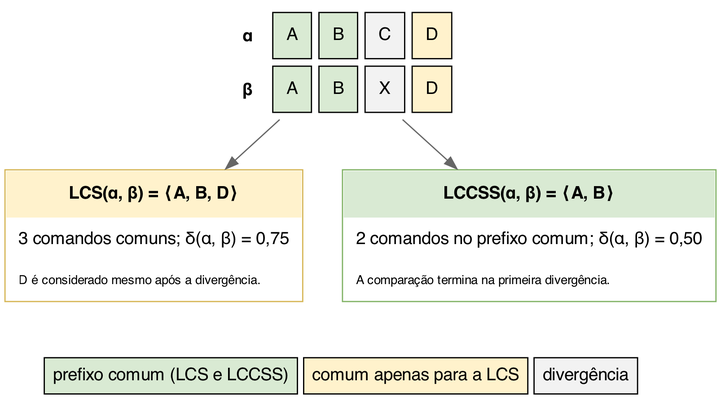
The Graphviz diagram figures/lccss-lcs-comparison.png in lucasPereira/qualification, before a commit. Its source is kept beside it as figures/lccss-lcs-comparison.dot. The source it was exported from:
```dot
digraph LccssLcsComparison {
	graph [
		bgcolor="white",
		fontname="Helvetica",
		nodesep=0.45,
		ranksep=0.55
	];
	node [fontname="Helvetica", shape=plain];
	edge [color="#666666", fontname="Helvetica"];

	sequences [label=<
		<TABLE BORDER="0" CELLBORDER="1" CELLSPACING="6" CELLPADDING="10">
			<TR>
				<TD BORDER="0" ALIGN="RIGHT"><B>α</B></TD>
				<TD BGCOLOR="#D9EAD3">A</TD>
				<TD BGCOLOR="#D9EAD3">B</TD>
				<TD BGCOLOR="#F2F2F2">C</TD>
				<TD BGCOLOR="#FFF2CC">D</TD>
			</TR>
			<TR>
				<TD BORDER="0" ALIGN="RIGHT"><B>β</B></TD>
				<TD BGCOLOR="#D9EAD3">A</TD>
				<TD BGCOLOR="#D9EAD3">B</TD>
				<TD BGCOLOR="#F2F2F2">X</TD>
				<TD BGCOLOR="#FFF2CC">D</TD>
			</TR>
		</TABLE>
	>];

	lcs [label=<
		<TABLE BORDER="1" COLOR="#D6B656" CELLBORDER="0" CELLSPACING="0" CELLPADDING="10">
			<TR><TD BGCOLOR="#FFF2CC"><B>LCS(α, β) = ⟨A, B, D⟩</B></TD></TR>
			<TR><TD ALIGN="LEFT">3 comandos comuns; δ(α, β) = 0,75</TD></TR>
			<TR><TD ALIGN="LEFT"><FONT POINT-SIZE="10">D é considerado mesmo após a divergência.</FONT></TD></TR>
		</TABLE>
	>];

	lccss [label=<
		<TABLE BORDER="1" COLOR="#82B366" CELLBORDER="0" CELLSPACING="0" CELLPADDING="10">
			<TR><TD BGCOLOR="#D9EAD3"><B>LCCSS(α, β) = ⟨A, B⟩</B></TD></TR>
			<TR><TD ALIGN="LEFT">2 comandos no prefixo comum; δ(α, β) = 0,50</TD></TR>
			<TR><TD ALIGN="LEFT"><FONT POINT-SIZE="10">A comparação termina na primeira divergência.</FONT></TD></TR>
		</TABLE>
	>];

	legend [label=<
		<TABLE BORDER="0" CELLBORDER="1" CELLSPACING="5" CELLPADDING="6">
			<TR>
				<TD BGCOLOR="#D9EAD3">prefixo comum (LCS e LCCSS)</TD>
				<TD BGCOLOR="#FFF2CC">comum apenas para a LCS</TD>
				<TD BGCOLOR="#F2F2F2">divergência</TD>
			</TR>
		</TABLE>
	>];

	sequences -> lcs;
	sequences -> lccss;
	{ rank=same; lcs; lccss; }
	lcs -> legend [style=invis];
	lccss -> legend [style=invis];
}
```
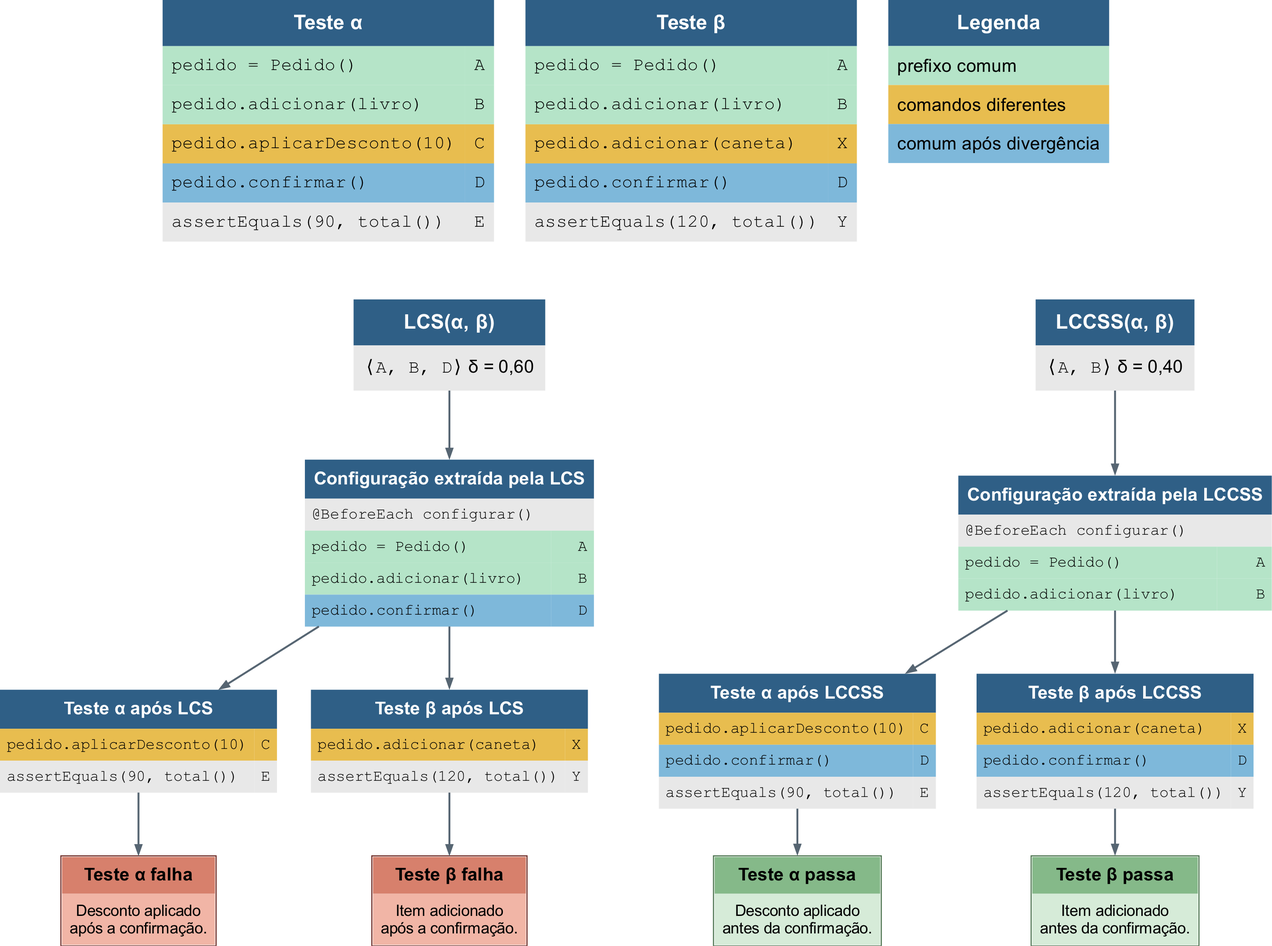
Above is the later version.

Commit message:
Redraw the LCS and LCCSS comparison and drop the implicit-setup figure

Change to the diagram source:
```diff
@@ -1,61 +1,253 @@
 digraph LccssLcsComparison {
-	graph [
-		bgcolor="white",
-		fontname="Helvetica",
-		nodesep=0.45,
-		ranksep=0.55
-	];
-	node [fontname="Helvetica", shape=plain];
-	edge [color="#666666", fontname="Helvetica"];
+    graph [
+        rankdir=TB,
+        bgcolor="white",
+        pad="0",
+        margin="0",
+        nodesep="0.42",
+        ranksep="0.58",
+        splines=line,
+        newrank=true,
+        labelloc=t,
+        labeljust=c,
+        label=<
+            <TABLE BORDER="0" CELLBORDER="0" CELLSPACING="28" CELLPADDING="0">
+                <TR>
+                    <TD VALIGN="TOP">
+                        <TABLE BORDER="0" CELLBORDER="0" CELLSPACING="0">
+                            <TR><TD COLSPAN="2" BGCOLOR="#2F5F86" ALIGN="CENTER" CELLPADDING="10"><FONT COLOR="#FFFFFF" FACE="Arial" POINT-SIZE="18"><B>Teste α</B></FONT></TD></TR>
+                            <TR><TD BGCOLOR="#B5E4C8" ALIGN="LEFT" CELLPADDING="8"><FONT FACE="Courier New" POINT-SIZE="16">pedido = Pedido()</FONT></TD><TD BGCOLOR="#B5E4C8" ALIGN="RIGHT" CELLPADDING="8"><FONT FACE="Courier New" POINT-SIZE="16">A</FONT></TD></TR>
+                            <TR><TD BGCOLOR="#B5E4C8" ALIGN="LEFT" CELLPADDING="8"><FONT FACE="Courier New" POINT-SIZE="16">pedido.adicionar(livro)</FONT></TD><TD BGCOLOR="#B5E4C8" ALIGN="RIGHT" CELLPADDING="8"><FONT FACE="Courier New" POINT-SIZE="16">B</FONT></TD></TR>
+                            <TR><TD BGCOLOR="#E8BD4F" ALIGN="LEFT" CELLPADDING="8"><FONT FACE="Courier New" POINT-SIZE="16">pedido.aplicarDesconto(10)</FONT></TD><TD BGCOLOR="#E8BD4F" ALIGN="RIGHT" CELLPADDING="8"><FONT FACE="Courier New" POINT-SIZE="16">C</FONT></TD></TR>
+                            <TR><TD BGCOLOR="#7EB8DA" ALIGN="LEFT" CELLPADDING="8"><FONT FACE="Courier New" POINT-SIZE="16">pedido.confirmar()</FONT></TD><TD BGCOLOR="#7EB8DA" ALIGN="RIGHT" CELLPADDING="8"><FONT FACE="Courier New" POINT-SIZE="16">D</FONT></TD></TR>
+                            <TR><TD BGCOLOR="#E8E8E8" ALIGN="LEFT" CELLPADDING="8"><FONT FACE="Courier New" POINT-SIZE="16">assertEquals(90, total())</FONT></TD><TD BGCOLOR="#E8E8E8" ALIGN="RIGHT" CELLPADDING="8"><FONT FACE="Courier New" POINT-SIZE="16">E</FONT></TD></TR>
+                        </TABLE>
+                    </TD>
+                    <TD VALIGN="TOP">
+                        <TABLE BORDER="0" CELLBORDER="0" CELLSPACING="0">
+                            <TR><TD COLSPAN="2" BGCOLOR="#2F5F86" ALIGN="CENTER" CELLPADDING="10"><FONT COLOR="#FFFFFF" FACE="Arial" POINT-SIZE="18"><B>Teste β</B></FONT></TD></TR>
+                            <TR><TD BGCOLOR="#B5E4C8" ALIGN="LEFT" CELLPADDING="8"><FONT FACE="Courier New" POINT-SIZE="16">pedido = Pedido()</FONT></TD><TD BGCOLOR="#B5E4C8" ALIGN="RIGHT" CELLPADDING="8"><FONT FACE="Courier New" POINT-SIZE="16">A</FONT></TD></TR>
+                            <TR><TD BGCOLOR="#B5E4C8" ALIGN="LEFT" CELLPADDING="8"><FONT FACE="Courier New" POINT-SIZE="16">pedido.adicionar(livro)</FONT></TD><TD BGCOLOR="#B5E4C8" ALIGN="RIGHT" CELLPADDING="8"><FONT FACE="Courier New" POINT-SIZE="16">B</FONT></TD></TR>
+                            <TR><TD BGCOLOR="#E8BD4F" ALIGN="LEFT" CELLPADDING="8"><FONT FACE="Courier New" POINT-SIZE="16">pedido.adicionar(caneta)</FONT></TD><TD BGCOLOR="#E8BD4F" ALIGN="RIGHT" CELLPADDING="8"><FONT FACE="Courier New" POINT-SIZE="16">X</FONT></TD></TR>
+                            <TR><TD BGCOLOR="#7EB8DA" ALIGN="LEFT" CELLPADDING="8"><FONT FACE="Courier New" POINT-SIZE="16">pedido.confirmar()</FONT></TD><TD BGCOLOR="#7EB8DA" ALIGN="RIGHT" CELLPADDING="8"><FONT FACE="Courier New" POINT-SIZE="16">D</FONT></TD></TR>
+                            <TR><TD BGCOLOR="#E8E8E8" ALIGN="LEFT" CELLPADDING="8"><FONT FACE="Courier New" POINT-SIZE="16">assertEquals(120, total())</FONT></TD><TD BGCOLOR="#E8E8E8" ALIGN="RIGHT" CELLPADDING="8"><FONT FACE="Courier New" POINT-SIZE="16">Y</FONT></TD></TR>
+                        </TABLE>
+                    </TD>
+                    <TD VALIGN="TOP">
+                        <TABLE BORDER="0" CELLBORDER="0" CELLSPACING="0" CELLPADDING="0">
+                            <TR>
+                                <TD>
+                                    <TABLE BORDER="0" CELLBORDER="0" CELLSPACING="0">
+                                        <TR><TD BGCOLOR="#2F5F86" ALIGN="CENTER" CELLPADDING="10"><FONT COLOR="#FFFFFF" FACE="Arial" POINT-SIZE="18"><B>Legenda</B></FONT></TD></TR>
+                                        <TR><TD BGCOLOR="#B5E4C8" ALIGN="LEFT" CELLPADDING="8"><FONT FACE="Arial" POINT-SIZE="16">prefixo comum</FONT></TD></TR>
+                                        <TR><TD BGCOLOR="#E8BD4F" ALIGN="LEFT" CELLPADDING="8"><FONT FACE="Arial" POINT-SIZE="16">comandos diferentes</FONT></TD></TR>
+                                        <TR><TD BGCOLOR="#7EB8DA" ALIGN="LEFT" CELLPADDING="8"><FONT FACE="Arial" POINT-SIZE="16">comum após divergência</FONT></TD></TR>
+                                    </TABLE>
+                                </TD>
+                            </TR>
+                            <TR><TD HEIGHT="70"></TD></TR>
+                        </TABLE>
+                    </TD>
+                </TR>
+            </TABLE>
+        >
+    ];
+    node [
+        shape=plain,
+        fontname="Arial",
+        fontsize=16
+    ];
+    edge [
+        color="#566572",
+        penwidth=1.7,
+        arrowsize=0.75
+    ];
 
-	sequences [label=<
-		<TABLE BORDER="0" CELLBORDER="1" CELLSPACING="6" CELLPADDING="10">
-			<TR>
-				<TD BORDER="0" ALIGN="RIGHT"><B>α</B></TD>
-				<TD BGCOLOR="#D9EAD3">A</TD>
-				<TD BGCOLOR="#D9EAD3">B</TD>
-				<TD BGCOLOR="#F2F2F2">C</TD>
-				<TD BGCOLOR="#FFF2CC">D</TD>
-			</TR>
-			<TR>
-				<TD BORDER="0" ALIGN="RIGHT"><B>β</B></TD>
-				<TD BGCOLOR="#D9EAD3">A</TD>
-				<TD BGCOLOR="#D9EAD3">B</TD>
-				<TD BGCOLOR="#F2F2F2">X</TD>
-				<TD BGCOLOR="#FFF2CC">D</TD>
-			</TR>
-		</TABLE>
-	>];
+    lcs [group=lcs_spine, label=<
+        <TABLE BORDER="0" CELLBORDER="0" CELLSPACING="0">
+            <TR><TD BGCOLOR="#2F5F86" ALIGN="CENTER" CELLPADDING="10"><FONT COLOR="#FFFFFF" FACE="Arial" POINT-SIZE="18"><B>LCS(α, β)</B></FONT></TD></TR>
+            <TR><TD BGCOLOR="#E8E8E8" ALIGN="CENTER" CELLPADDING="10"><FONT FACE="Courier New" POINT-SIZE="16">⟨A, B, D⟩</FONT> <FONT FACE="Arial" POINT-SIZE="16">δ = 0,60</FONT></TD></TR>
+        </TABLE>
+    >];
 
-	lcs [label=<
-		<TABLE BORDER="1" COLOR="#D6B656" CELLBORDER="0" CELLSPACING="0" CELLPADDING="10">
-			<TR><TD BGCOLOR="#FFF2CC"><B>LCS(α, β) = ⟨A, B, D⟩</B></TD></TR>
-			<TR><TD ALIGN="LEFT">3 comandos comuns; δ(α, β) = 0,75</TD></TR>
-			<TR><TD ALIGN="LEFT"><FONT POINT-SIZE="10">D é considerado mesmo após a divergência.</FONT></TD></TR>
-		</TABLE>
-	>];
+    lccss [group=lccss_spine, label=<
+        <TABLE BORDER="0" CELLBORDER="0" CELLSPACING="0">
+            <TR><TD BGCOLOR="#2F5F86" ALIGN="CENTER" CELLPADDING="10"><FONT COLOR="#FFFFFF" FACE="Arial" POINT-SIZE="18"><B>LCCSS(α, β)</B></FONT></TD></TR>
+            <TR><TD BGCOLOR="#E8E8E8" ALIGN="CENTER" CELLPADDING="10"><FONT FACE="Courier New" POINT-SIZE="16">⟨A, B⟩</FONT> <FONT FACE="Arial" POINT-SIZE="16">δ = 0,40</FONT></TD></TR>
+        </TABLE>
+    >];
 
-	lccss [label=<
-		<TABLE BORDER="1" COLOR="#82B366" CELLBORDER="0" CELLSPACING="0" CELLPADDING="10">
-			<TR><TD BGCOLOR="#D9EAD3"><B>LCCSS(α, β) = ⟨A, B⟩</B></TD></TR>
-			<TR><TD ALIGN="LEFT">2 comandos no prefixo comum; δ(α, β) = 0,50</TD></TR>
-			<TR><TD ALIGN="LEFT"><FONT POINT-SIZE="10">A comparação termina na primeira divergência.</FONT></TD></TR>
-		</TABLE>
-	>];
+    setup_lcs [group=lcs_spine, label=<
+        <TABLE BORDER="0" CELLBORDER="0" CELLSPACING="0">
+            <TR><TD COLSPAN="2" BGCOLOR="#2F5F86" ALIGN="CENTER" CELLPADDING="8"><FONT COLOR="#FFFFFF" FACE="Arial" POINT-SIZE="16"><B>Configuração extraída pela LCS</B></FONT></TD></TR>
+            <TR><TD COLSPAN="2" BGCOLOR="#E8E8E8" ALIGN="LEFT" CELLPADDING="6"><FONT FACE="Courier New" POINT-SIZE="14">@BeforeEach configurar()</FONT></TD></TR>
+            <TR><TD BGCOLOR="#B5E4C8" ALIGN="LEFT" CELLPADDING="6"><FONT FACE="Courier New" POINT-SIZE="14">pedido = Pedido()</FONT></TD><TD BGCOLOR="#B5E4C8" ALIGN="RIGHT" CELLPADDING="6"><FONT FACE="Courier New" POINT-SIZE="14">A</FONT></TD></TR>
+            <TR><TD BGCOLOR="#B5E4C8" ALIGN="LEFT" CELLPADDING="6"><FONT FACE="Courier New" POINT-SIZE="14">pedido.adicionar(livro)</FONT></TD><TD BGCOLOR="#B5E4C8" ALIGN="RIGHT" CELLPADDING="6"><FONT FACE="Courier New" POINT-SIZE="14">B</FONT></TD></TR>
+            <TR><TD BGCOLOR="#7EB8DA" ALIGN="LEFT" CELLPADDING="6"><FONT FACE="Courier New" POINT-SIZE="14">pedido.confirmar()</FONT></TD><TD BGCOLOR="#7EB8DA" ALIGN="RIGHT" CELLPADDING="6"><FONT FACE="Courier New" POINT-SIZE="14">D</FONT></TD></TR>
+        </TABLE>
+    >];
 
-	legend [label=<
-		<TABLE BORDER="0" CELLBORDER="1" CELLSPACING="5" CELLPADDING="6">
-			<TR>
-				<TD BGCOLOR="#D9EAD3">prefixo comum (LCS e LCCSS)</TD>
-				<TD BGCOLOR="#FFF2CC">comum apenas para a LCS</TD>
-				<TD BGCOLOR="#F2F2F2">divergência</TD>
-			</TR>
-		</TABLE>
-	>];
+    setup_lccss [group=lccss_spine, label=<
+        <TABLE BORDER="0" CELLBORDER="0" CELLSPACING="0">
+            <TR><TD COLSPAN="2" BGCOLOR="#2F5F86" ALIGN="CENTER" CELLPADDING="8"><FONT COLOR="#FFFFFF" FACE="Arial" POINT-SIZE="16"><B>Configuração extraída pela LCCSS</B></FONT></TD></TR>
+            <TR><TD COLSPAN="2" BGCOLOR="#E8E8E8" ALIGN="LEFT" CELLPADDING="6"><FONT FACE="Courier New" POINT-SIZE="14">@BeforeEach configurar()</FONT></TD></TR>
+            <TR><TD BGCOLOR="#B5E4C8" ALIGN="LEFT" CELLPADDING="6"><FONT FACE="Courier New" POINT-SIZE="14">pedido = Pedido()</FONT></TD><TD BGCOLOR="#B5E4C8" ALIGN="RIGHT" CELLPADDING="6"><FONT FACE="Courier New" POINT-SIZE="14">A</FONT></TD></TR>
+            <TR><TD BGCOLOR="#B5E4C8" ALIGN="LEFT" CELLPADDING="6"><FONT FACE="Courier New" POINT-SIZE="14">pedido.adicionar(livro)</FONT></TD><TD BGCOLOR="#B5E4C8" ALIGN="RIGHT" CELLPADDING="6"><FONT FACE="Courier New" POINT-SIZE="14">B</FONT></TD></TR>
+        </TABLE>
+    >];
 
-	sequences -> lcs;
-	sequences -> lccss;
-	{ rank=same; lcs; lccss; }
-	lcs -> legend [style=invis];
-	lccss -> legend [style=invis];
+    lcs_alpha [group=lcs_left, label=<
+        <TABLE BORDER="0" CELLBORDER="0" CELLSPACING="0">
+            <TR><TD COLSPAN="2" BGCOLOR="#2F5F86" ALIGN="CENTER" CELLPADDING="8"><FONT COLOR="#FFFFFF" FACE="Arial" POINT-SIZE="16"><B>Teste α após LCS</B></FONT></TD></TR>
+            <TR><TD BGCOLOR="#E8BD4F" ALIGN="LEFT" CELLPADDING="6"><FONT FACE="Courier New" POINT-SIZE="14">pedido.aplicarDesconto(10)</FONT></TD><TD BGCOLOR="#E8BD4F" ALIGN="RIGHT" CELLPADDING="6"><FONT FACE="Courier New" POINT-SIZE="14">C</FONT></TD></TR>
+            <TR><TD BGCOLOR="#E8E8E8" ALIGN="LEFT" CELLPADDING="6"><FONT FACE="Courier New" POINT-SIZE="14">assertEquals(90, total())</FONT></TD><TD BGCOLOR="#E8E8E8" ALIGN="RIGHT" CELLPADDING="6"><FONT FACE="Courier New" POINT-SIZE="14">E</FONT></TD></TR>
+        </TABLE>
+    >];
+
+    lcs_beta [group=lcs_spine, label=<
+        <TABLE BORDER="0" CELLBORDER="0" CELLSPACING="0">
+            <TR><TD COLSPAN="2" BGCOLOR="#2F5F86" ALIGN="CENTER" CELLPADDING="8"><FONT COLOR="#FFFFFF" FACE="Arial" POINT-SIZE="16"><B>Teste β após LCS</B></FONT></TD></TR>
+            <TR><TD BGCOLOR="#E8BD4F" ALIGN="LEFT" CELLPADDING="6"><FONT FACE="Courier New" POINT-SIZE="14">pedido.adicionar(caneta)</FONT></TD><TD BGCOLOR="#E8BD4F" ALIGN="RIGHT" CELLPADDING="6"><FONT FACE="Courier New" POINT-SIZE="14">X</FONT></TD></TR>
+            <TR><TD BGCOLOR="#E8E8E8" ALIGN="LEFT" CELLPADDING="6"><FONT FACE="Courier New" POINT-SIZE="14">assertEquals(120, total())</FONT></TD><TD BGCOLOR="#E8E8E8" ALIGN="RIGHT" CELLPADDING="6"><FONT FACE="Courier New" POINT-SIZE="14">Y</FONT></TD></TR>
+        </TABLE>
+    >];
+
+    lccss_alpha [group=lccss_left, label=<
+        <TABLE BORDER="0" CELLBORDER="0" CELLSPACING="0">
+            <TR><TD COLSPAN="2" BGCOLOR="#2F5F86" ALIGN="CENTER" CELLPADDING="8"><FONT COLOR="#FFFFFF" FACE="Arial" POINT-SIZE="16"><B>Teste α após LCCSS</B></FONT></TD></TR>
+            <TR><TD BGCOLOR="#E8BD4F" ALIGN="LEFT" CELLPADDING="6"><FONT FACE="Courier New" POINT-SIZE="14">pedido.aplicarDesconto(10)</FONT></TD><TD BGCOLOR="#E8BD4F" ALIGN="RIGHT" CELLPADDING="6"><FONT FACE="Courier New" POINT-SIZE="14">C</FONT></TD></TR>
+            <TR><TD BGCOLOR="#7EB8DA" ALIGN="LEFT" CELLPADDING="6"><FONT FACE="Courier New" POINT-SIZE="14">pedido.confirmar()</FONT></TD><TD BGCOLOR="#7EB8DA" ALIGN="RIGHT" CELLPADDING="6"><FONT FACE="Courier New" POINT-SIZE="14">D</FONT></TD></TR>
+            <TR><TD BGCOLOR="#E8E8E8" ALIGN="LEFT" CELLPADDING="6"><FONT FACE="Courier New" POINT-SIZE="14">assertEquals(90, total())</FONT></TD><TD BGCOLOR="#E8E8E8" ALIGN="RIGHT" CELLPADDING="6"><FONT FACE="Courier New" POINT-SIZE="14">E</FONT></TD></TR>
+        </TABLE>
+    >];
+
+    lccss_beta [group=lccss_spine, label=<
+        <TABLE BORDER="0" CELLBORDER="0" CELLSPACING="0">
+            <TR><TD COLSPAN="2" BGCOLOR="#2F5F86" ALIGN="CENTER" CELLPADDING="8"><FONT COLOR="#FFFFFF" FACE="Arial" POINT-SIZE="16"><B>Teste β após LCCSS</B></FONT></TD></TR>
+            <TR><TD BGCOLOR="#E8BD4F" ALIGN="LEFT" CELLPADDING="6"><FONT FACE="Courier New" POINT-SIZE="14">pedido.adicionar(caneta)</FONT></TD><TD BGCOLOR="#E8BD4F" ALIGN="RIGHT" CELLPADDING="6"><FONT FACE="Courier New" POINT-SIZE="14">X</FONT></TD></TR>
+            <TR><TD BGCOLOR="#7EB8DA" ALIGN="LEFT" CELLPADDING="6"><FONT FACE="Courier New" POINT-SIZE="14">pedido.confirmar()</FONT></TD><TD BGCOLOR="#7EB8DA" ALIGN="RIGHT" CELLPADDING="6"><FONT FACE="Courier New" POINT-SIZE="14">D</FONT></TD></TR>
+            <TR><TD BGCOLOR="#E8E8E8" ALIGN="LEFT" CELLPADDING="6"><FONT FACE="Courier New" POINT-SIZE="14">assertEquals(120, total())</FONT></TD><TD BGCOLOR="#E8E8E8" ALIGN="RIGHT" CELLPADDING="6"><FONT FACE="Courier New" POINT-SIZE="14">Y</FONT></TD></TR>
+        </TABLE>
+    >];
+
+    lcs_alpha_fail [group=lcs_left, label=<
+        <TABLE BORDER="1" CELLBORDER="0" CELLSPACING="0" COLOR="#702F29">
+            <TR><TD BGCOLOR="#D7806C" ALIGN="CENTER" CELLPADDING="7"><FONT FACE="Arial" POINT-SIZE="16"><B>Teste α falha</B></FONT></TD></TR>
+            <TR><TD BGCOLOR="#F1B5A6" ALIGN="CENTER" CELLPADDING="7"><FONT FACE="Arial" POINT-SIZE="14">Desconto aplicado<BR/>após a confirmação.</FONT></TD></TR>
+        </TABLE>
+    >];
+
+    lcs_beta_fail [group=lcs_spine, label=<
+        <TABLE BORDER="1" CELLBORDER="0" CELLSPACING="0" COLOR="#702F29">
+            <TR><TD BGCOLOR="#D7806C" ALIGN="CENTER" CELLPADDING="7"><FONT FACE="Arial" POINT-SIZE="16"><B>Teste β falha</B></FONT></TD></TR>
+            <TR><TD BGCOLOR="#F1B5A6" ALIGN="CENTER" CELLPADDING="7"><FONT FACE="Arial" POINT-SIZE="14">Item adicionado<BR/>após a confirmação.</FONT></TD></TR>
+        </TABLE>
+    >];
+
+    lccss_alpha_pass [group=lccss_left, label=<
+        <TABLE BORDER="1" CELLBORDER="0" CELLSPACING="0" COLOR="#4F7652">
+            <TR><TD BGCOLOR="#85B989" ALIGN="CENTER" CELLPADDING="7"><FONT FACE="Arial" POINT-SIZE="16"><B>Teste α passa</B></FONT></TD></TR>
+            <TR><TD BGCOLOR="#D6EBD8" ALIGN="CENTER" CELLPADDING="7"><FONT FACE="Arial" POINT-SIZE="14">Desconto aplicado<BR/>antes da confirmação.</FONT></TD></TR>
+        </TABLE>
+    >];
+
+    lccss_beta_pass [group=lccss_spine, label=<
+        <TABLE BORDER="1" CELLBORDER="0" CELLSPACING="0" COLOR="#4F7652">
+            <TR><TD BGCOLOR="#85B989" ALIGN="CENTER" CELLPADDING="7"><FONT FACE="Arial" POINT-SIZE="16"><B>Teste β passa</B></FONT></TD></TR>
+            <TR><TD BGCOLOR="#D6EBD8" ALIGN="CENTER" CELLPADDING="7"><FONT FACE="Arial" POINT-SIZE="14">Item adicionado<BR/>antes da confirmação.</FONT></TD></TR>
+        </TABLE>
+    >];
+
+    lcs_pad [
+        group=lcs_left,
+        shape=plain,
+        style=invis,
+        label=<
+            <TABLE BORDER="0" CELLSPACING="0" CELLPADDING="0">
+                <TR><TD CELLPADDING="8"><FONT FACE="Arial" POINT-SIZE="16">Teste α após LCS</FONT></TD></TR>
+                <TR><TD CELLPADDING="6"><FONT FACE="Courier New" POINT-SIZE="14">pedido.aplicarDesconto(10)</FONT></TD></TR>
+                <TR><TD CELLPADDING="6"><FONT FACE="Courier New" POINT-SIZE="14">assertEquals(90, total())</FONT></TD></TR>
+            </TABLE>
+        >
+    ];
+    setup_lcs_pad [
+        group=lcs_left,
+        shape=plain,
+        style=invis,
+        label=<
+            <TABLE BORDER="0" CELLSPACING="0" CELLPADDING="0">
+                <TR><TD CELLPADDING="8"><FONT FACE="Arial" POINT-SIZE="16">Teste α após LCS</FONT></TD></TR>
+                <TR><TD CELLPADDING="6"><FONT FACE="Courier New" POINT-SIZE="14">pedido.aplicarDesconto(10)</FONT></TD></TR>
+                <TR><TD CELLPADDING="6"><FONT FACE="Courier New" POINT-SIZE="14">assertEquals(90, total())</FONT></TD></TR>
+            </TABLE>
+        >
+    ];
+    lccss_pad [
+        group=lccss_left,
+        shape=plain,
+        style=invis,
+        label=<
+            <TABLE BORDER="0" CELLSPACING="0" CELLPADDING="0">
+                <TR><TD CELLPADDING="8"><FONT FACE="Arial" POINT-SIZE="16">Teste α após LCCSS</FONT></TD></TR>
+                <TR><TD CELLPADDING="6"><FONT FACE="Courier New" POINT-SIZE="14">pedido.aplicarDesconto(10)</FONT></TD></TR>
+                <TR><TD CELLPADDING="6"><FONT FACE="Courier New" POINT-SIZE="14">pedido.confirmar()</FONT></TD></TR>
+                <TR><TD CELLPADDING="6"><FONT FACE="Courier New" POINT-SIZE="14">assertEquals(90, total())</FONT></TD></TR>
+            </TABLE>
+        >
+    ];
+    setup_lccss_pad [
+        group=lccss_left,
+        shape=plain,
+        style=invis,
+        label=<
+            <TABLE BORDER="0" CELLSPACING="0" CELLPADDING="0">
+                <TR><TD CELLPADDING="8"><FONT FACE="Arial" POINT-SIZE="16">Teste α após LCCSS</FONT></TD></TR>
+                <TR><TD CELLPADDING="6"><FONT FACE="Courier New" POINT-SIZE="14">pedido.aplicarDesconto(10)</FONT></TD></TR>
+                <TR><TD CELLPADDING="6"><FONT FACE="Courier New" POINT-SIZE="14">pedido.confirmar()</FONT></TD></TR>
+                <TR><TD CELLPADDING="6"><FONT FACE="Courier New" POINT-SIZE="14">assertEquals(90, total())</FONT></TD></TR>
+            </TABLE>
+        >
+    ];
+
+    gap1 [style=invis, shape=box, width=0.05, height=0.1, label=""];
+    gap2 [style=invis, shape=box, width=0.05, height=0.1, label=""];
+    gap3 [style=invis, shape=box, width=0.05, height=0.1, label=""];
+    gap4 [style=invis, shape=box, width=0.05, height=0.1, label=""];
+
+    { rank=same; lcs_pad; lcs; gap1; lccss_pad; lccss; }
+    { rank=same; setup_lcs_pad; setup_lcs; gap2; setup_lccss_pad; setup_lccss; }
+    { rank=same; lcs_alpha; lcs_beta; gap3; lccss_alpha; lccss_beta; }
+    { rank=same; lcs_alpha_fail; lcs_beta_fail; gap4; lccss_alpha_pass; lccss_beta_pass; }
+
+    lcs_pad -> lcs [style=invis, weight=40];
+    lcs -> gap1 -> lccss_pad [style=invis, weight=10];
+    lccss_pad -> lccss [style=invis, weight=40];
+
+    setup_lcs_pad -> setup_lcs [style=invis, weight=40];
+    setup_lcs -> gap2 -> setup_lccss_pad [style=invis, weight=10];
+    setup_lccss_pad -> setup_lccss [style=invis, weight=40];
+
+    lcs_alpha -> lcs_beta [style=invis, weight=40];
+    lcs_beta -> gap3 -> lccss_alpha [style=invis, weight=10];
+    lccss_alpha -> lccss_beta [style=invis, weight=40];
+
+    lcs_alpha_fail -> lcs_beta_fail [style=invis, weight=40];
+    lcs_beta_fail -> gap4 -> lccss_alpha_pass [style=invis, weight=10];
+    lccss_alpha_pass -> lccss_beta_pass [style=invis, weight=40];
+
+    lcs_pad -> setup_lcs_pad -> lcs_alpha [style=invis, weight=100];
+    lccss_pad -> setup_lccss_pad -> lccss_alpha [style=invis, weight=100];
+
+    lcs -> setup_lcs [weight=100];
+    setup_lcs -> lcs_beta [weight=100];
+    lcs_beta -> lcs_beta_fail [weight=100];
+    lcs_alpha -> lcs_alpha_fail [weight=100];
+
+    lccss -> setup_lccss [weight=100];
+    setup_lccss -> lccss_beta [weight=100];
+    lccss_beta -> lccss_beta_pass [weight=100];
+    lccss_alpha -> lccss_alpha_pass [weight=100];
+
+    setup_lcs -> lcs_alpha [constraint=false];
+    setup_lccss -> lccss_alpha [constraint=false];
 }
```
